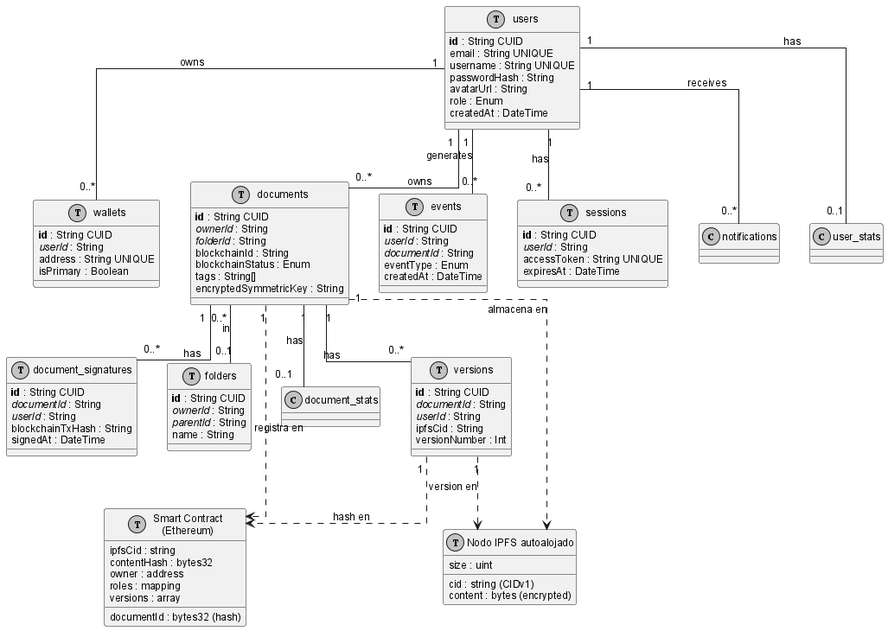
Earlier version of the PlantUML export anexos/diagramas/er-diagram.png (ErDeivih/DocumentChain).
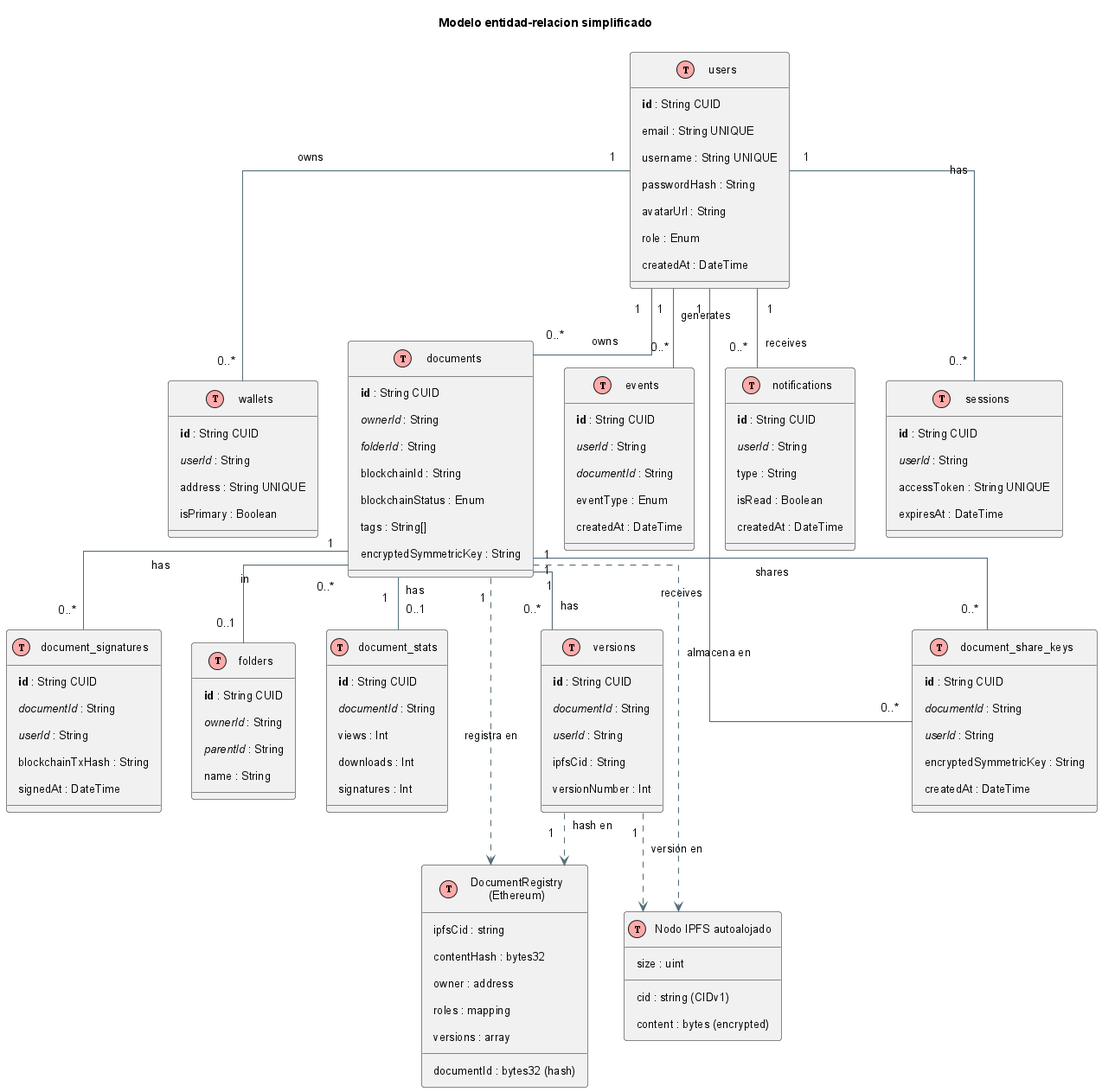
After the change.

Change to the diagram source:
```diff
@@ -3,6 +3,7 @@
 !define TABLE(name,desc) class name as "desc" << (T,#FFAAAA) >>
 !define PK(x) <b>x</b>
 !define FK(x) <i>x</i>
+title Modelo entidad-relacion simplificado
 
 TABLE(users, "users") {
   PK(id) : String CUID
@@ -62,6 +63,22 @@
   createdAt : DateTime
 }
 
+TABLE(notifications, "notifications") {
+  PK(id) : String CUID
+  FK(userId) : String
+  type : String
+  isRead : Boolean
+  createdAt : DateTime
+}
+
+TABLE(document_stats, "document_stats") {
+  PK(id) : String CUID
+  FK(documentId) : String
+  views : Int
+  downloads : Int
+  signatures : Int
+}
+
 TABLE(sessions, "sessions") {
   PK(id) : String CUID
   FK(userId) : String
@@ -77,10 +94,19 @@
 documents "0..*" -- "0..1" folders : in
 users "1" -- "0..*" events : generates
 users "1" -- "0..*" notifications : receives
-users "1" -- "0..1" user_stats : has
 documents "1" -- "0..1" document_stats : has
+documents "1" -- "0..*" document_share_keys : shares
+users "1" -- "0..*" document_share_keys : receives
 
-TABLE(blockchain, "Smart Contract\n(Ethereum)") {
+TABLE(document_share_keys, "document_share_keys") {
+  PK(id) : String CUID
+  FK(documentId) : String
+  FK(userId) : String
+  encryptedSymmetricKey : String
+  createdAt : DateTime
+}
+
+TABLE(blockchain, "DocumentRegistry\n(Ethereum)") {
   documentId : bytes32 (hash)
   ipfsCid : string
   contentHash : bytes32
```
